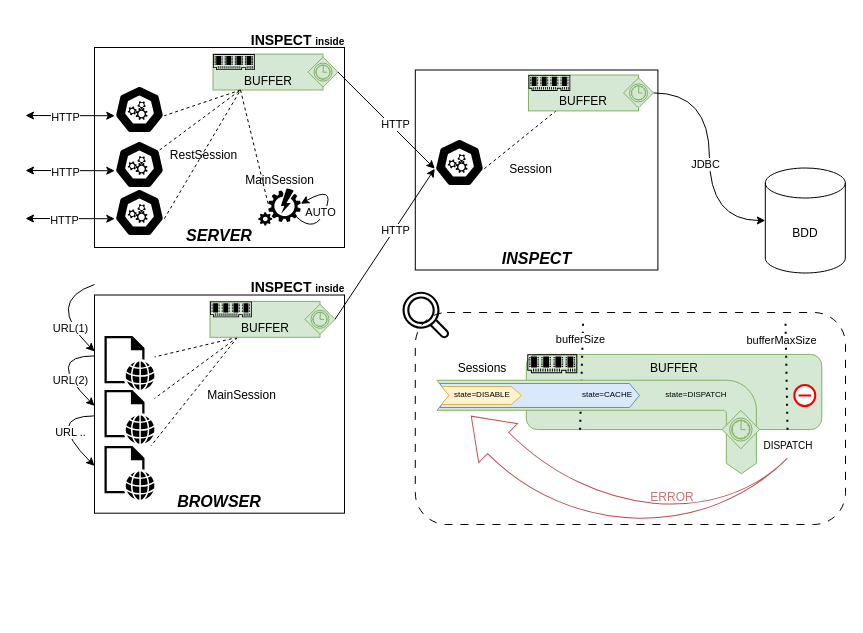
Earlier version of the draw.io diagram page "buffer" (4 of 5) of doc/diagram/Diagramme sans nom.drawio (oneteme/inspect-core). Source tidied: cells renumbered, new cells numbered last; positions are measured from the earlier drawing's top-left corner, leaving out a move shared by most shapes. Both pictures are drawn from the tidied source at 100%, with x=0, y=0 at pixel (25, 17).
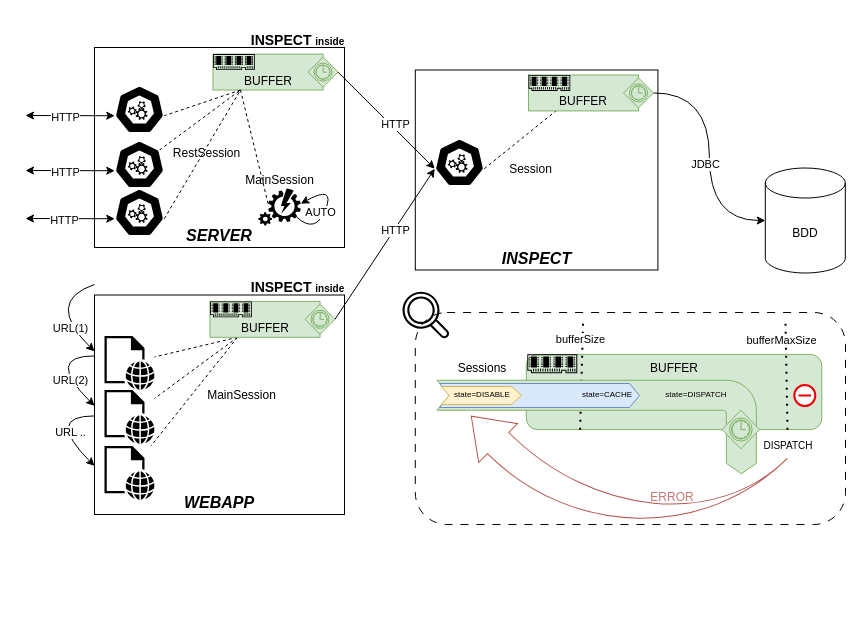
After the change.

The edit, as a diff of the source:
```diff
@@
-    <mxCell id="8" value="BROWSER" style="rounded=0;whiteSpace=wrap;html=1;verticalAlign=bottom;fontSize=16;fontStyle=3;" parent="1" vertex="1">
-      <mxGeometry x="69" y="277.5" width="250" height="218.2" as="geometry" />
+    <mxCell id="8" value="WEBAPP" style="rounded=0;whiteSpace=wrap;html=1;verticalAlign=bottom;fontSize=16;fontStyle=3;" parent="1" vertex="1">
+      <mxGeometry x="69" y="277.5" width="250" height="219.5" as="geometry" />
     </mxCell>
@@
     <mxCell id="54" value="RestSession" style="text;html=1;align=center;verticalAlign=middle;whiteSpace=wrap;rounded=0;" parent="1" vertex="1">
-      <mxGeometry x="131.3" y="123" width="95" height="30" as="geometry" />
+      <mxGeometry x="134.3" y="121" width="95" height="30" as="geometry" />
     </mxCell>
```
